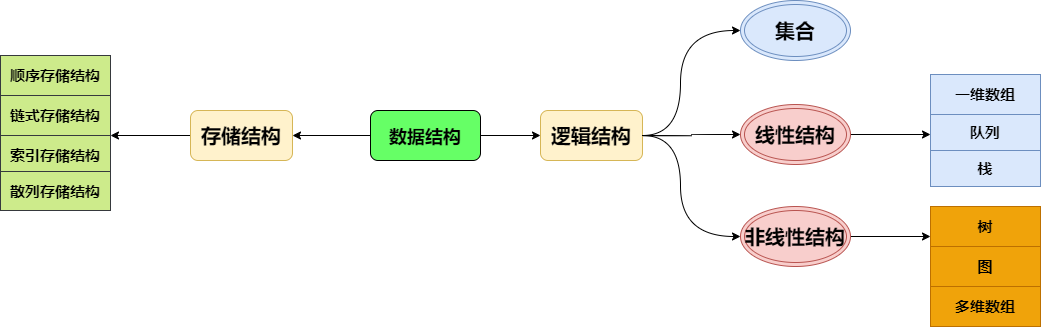
SimpleDays/studyessay keeps this draw.io diagram as technical/diagram/数据结构关系图.drawio.png. Above is the earlier version. Source tidied: cells renumbered, new cells last; positions are measured from the earlier drawing's top-left corner, leaving out a move shared by most shapes.
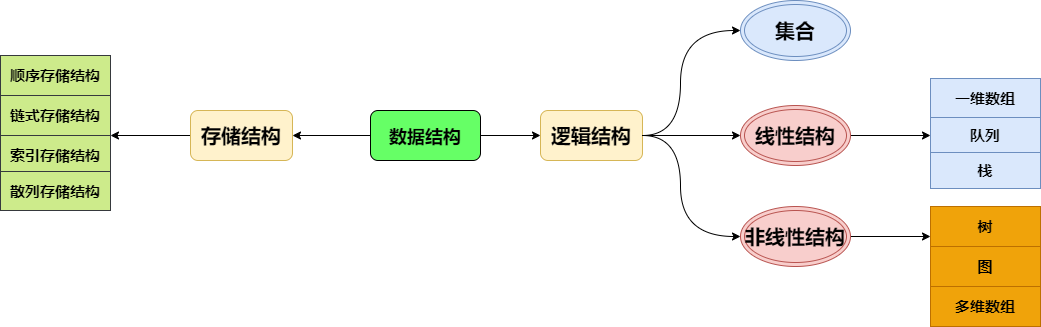
The same file after the commit.

Commit message:
数据结构关系图

Change to the diagram source:
```diff
@@ -30,13 +30,11 @@
     <mxCell id="8" value="&lt;font style=&quot;font-size: 20px&quot; color=&quot;#000000&quot;&gt;&lt;b&gt;集合&lt;/b&gt;&lt;/font&gt;" style="ellipse;shape=doubleEllipse;whiteSpace=wrap;html=1;strokeColor=#6c8ebf;fillColor=#dae8fc;" parent="1" vertex="1">
       <mxGeometry x="740" width="110" height="60" as="geometry" />
     </mxCell>
-    <mxCell id="9" style="edgeStyle=orthogonalEdgeStyle;curved=1;rounded=0;jettySize=auto;html=1;exitX=1;exitY=0.5;exitDx=0;exitDy=0;" parent="1" edge="1" source="10">
-      <mxGeometry relative="1" as="geometry">
-        <mxPoint x="930" y="134" as="targetPoint" />
-      </mxGeometry>
+    <mxCell id="9" style="edgeStyle=orthogonalEdgeStyle;curved=1;rounded=0;jettySize=auto;html=1;exitX=1;exitY=0.5;exitDx=0;exitDy=0;" parent="1" edge="1" source="10" target="15">
+      <mxGeometry relative="1" as="geometry" />
     </mxCell>
     <mxCell id="10" value="&lt;font style=&quot;font-size: 20px&quot; color=&quot;#000000&quot;&gt;&lt;b&gt;线性结构&lt;/b&gt;&lt;/font&gt;" style="ellipse;shape=doubleEllipse;whiteSpace=wrap;html=1;strokeColor=#b85450;fillColor=#f8cecc;" parent="1" vertex="1">
-      <mxGeometry x="740" y="104" width="110" height="60" as="geometry" />
+      <mxGeometry x="740" y="105" width="110" height="60" as="geometry" />
     </mxCell>
     <mxCell id="11" style="edgeStyle=orthogonalEdgeStyle;elbow=vertical;endArrow=classic;html=1;exitX=1;exitY=0.5;exitDx=0;exitDy=0;curved=1;entryX=0;entryY=0.5;entryDx=0;entryDy=0;" parent="1" edge="1" source="6" target="13">
       <mxGeometry relative="1" as="geometry">
@@ -53,13 +51,13 @@
       <mxGeometry x="740" y="206" width="110" height="60" as="geometry" />
     </mxCell>
     <mxCell id="14" value="&lt;b&gt;&lt;font style=&quot;font-size: 15px&quot; color=&quot;#000000&quot;&gt;一维数组&lt;/font&gt;&lt;/b&gt;" style="whiteSpace=wrap;html=1;strokeColor=#6c8ebf;fillColor=#dae8fc;" parent="1" vertex="1">
-      <mxGeometry x="930" y="74" width="110" height="40" as="geometry" />
+      <mxGeometry x="930" y="78" width="110" height="40" as="geometry" />
     </mxCell>
     <mxCell id="15" value="&lt;b&gt;&lt;font style=&quot;font-size: 15px&quot; color=&quot;#000000&quot;&gt;队列&lt;/font&gt;&lt;/b&gt;" style="whiteSpace=wrap;html=1;strokeColor=#6c8ebf;fillColor=#dae8fc;" parent="1" vertex="1">
-      <mxGeometry x="930" y="114" width="110" height="36" as="geometry" />
+      <mxGeometry x="930" y="117" width="110" height="36" as="geometry" />
     </mxCell>
     <mxCell id="16" value="&lt;b&gt;&lt;font style=&quot;font-size: 15px&quot; color=&quot;#000000&quot;&gt;栈&lt;/font&gt;&lt;/b&gt;" style="whiteSpace=wrap;html=1;strokeColor=#6c8ebf;fillColor=#dae8fc;" parent="1" vertex="1">
-      <mxGeometry x="930" y="150" width="110" height="36" as="geometry" />
+      <mxGeometry x="930" y="152" width="110" height="36" as="geometry" />
     </mxCell>
     <mxCell id="17" value="&lt;b&gt;&lt;font style=&quot;font-size: 15px&quot; color=&quot;#000000&quot;&gt;树&lt;/font&gt;&lt;/b&gt;" style="whiteSpace=wrap;html=1;strokeColor=#BD7000;fillColor=#f0a30a;fontColor=#ffffff;" parent="1" vertex="1">
       <mxGeometry x="930" y="206" width="110" height="40" as="geometry" />
```
